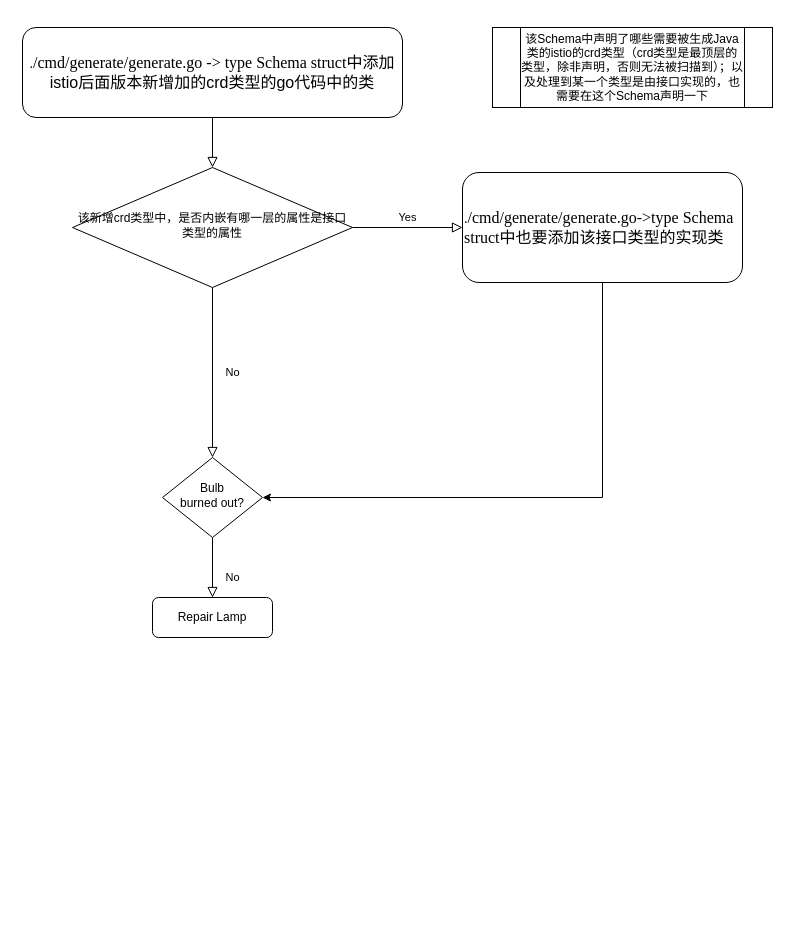
The draw.io diagram istio-java-api 流程图.drawio in 460434901ccz/ccz-practise, before the edit. Source tidied: cells renumbered, new cells numbered last; positions are measured from the earlier drawing's top-left corner, leaving out a move shared by most shapes. Both pictures are drawn from the tidied source at 100%, with x=0, y=0 at pixel (22, 27).
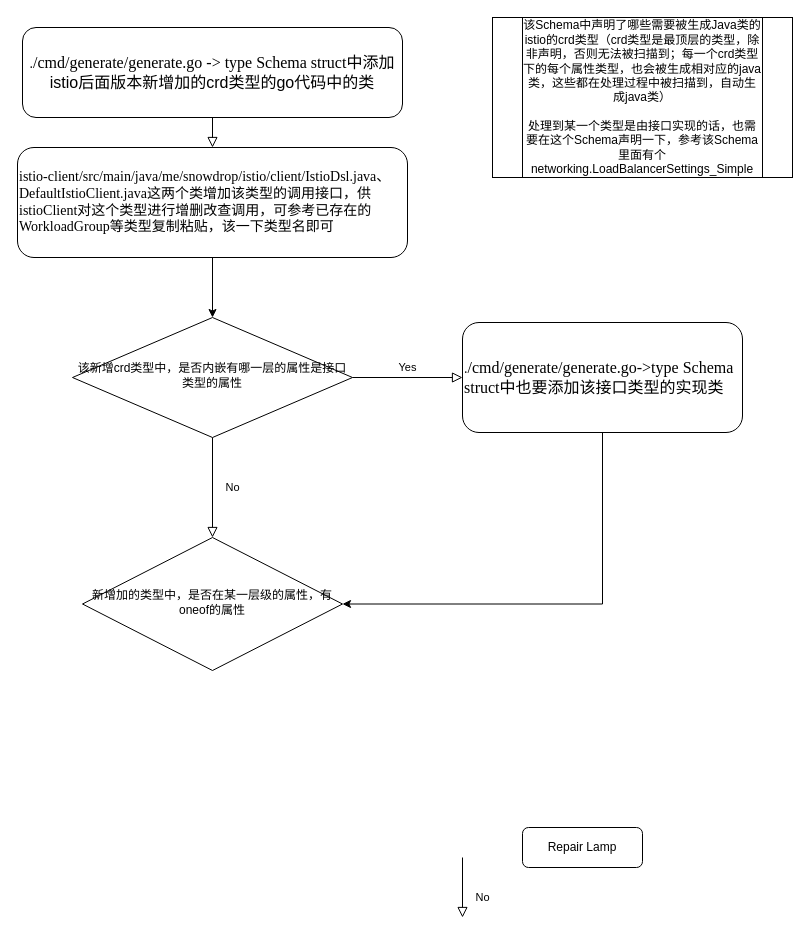
The same diagram, later.

Commit message (it also covers changes not shown here):
更新istio-java-api 流程图.drawio

Diff of the diagram source:
```diff
@@
 <mxGraphModel>
   <root>
     <mxCell id="0" />
     <mxCell id="1" parent="0" />
-    <mxCell id="2" style="rounded=0;html=1;jettySize=auto;fontSize=11;endArrow=block;endFill=0;endSize=8;strokeWidth=1;shadow=0;labelBackgroundColor=none;edgeStyle=orthogonalEdgeStyle;" parent="1" edge="1" source="3" target="6">
+    <mxCell id="2" style="rounded=0;html=1;jettySize=auto;fontSize=11;endArrow=block;endFill=0;endSize=8;strokeWidth=1;shadow=0;labelBackgroundColor=none;edgeStyle=orthogonalEdgeStyle;entryX=0.5;entryY=0;entryDx=0;entryDy=0;" parent="1" edge="1" source="3" target="14">
       <mxGeometry relative="1" as="geometry" />
     </mxCell>
     <mxCell id="3" value="&lt;p class=&quot;MsoNormal&quot; style=&quot;margin: 0pt 0pt 0.0001pt ; text-align: justify ; font-family: &amp;#34;times new roman&amp;#34; ; font-size: 10.5pt&quot;&gt;&lt;span style=&quot;font-size: 10.5pt&quot;&gt;.&lt;/span&gt;&lt;span style=&quot;font-size: 12pt&quot;&gt;/cmd/generate/generate.go&lt;/span&gt;&lt;span style=&quot;font-size: 12pt&quot;&gt;&amp;nbsp;-&amp;gt; &lt;/span&gt;&lt;span style=&quot;font-size: 12pt&quot;&gt;type Schema struct&lt;/span&gt;&lt;span style=&quot;font-size: 12pt&quot;&gt;&lt;font face=&quot;宋体&quot;&gt;中添加&lt;/font&gt;&lt;/span&gt;&lt;/p&gt;&lt;span style=&quot;font-size: 16px ; text-align: justify&quot;&gt;istio后面版本&lt;/span&gt;&lt;span style=&quot;font-size: 12pt ; text-align: justify&quot;&gt;新增加的crd类型的go代码中的类&lt;/span&gt;&lt;span style=&quot;font-size: 16px ; text-align: justify&quot;&gt;&lt;br&gt;&lt;/span&gt;" style="rounded=1;whiteSpace=wrap;html=1;fontSize=12;glass=0;strokeWidth=1;shadow=0;" parent="1" vertex="1">
       <mxGeometry width="380" height="90" as="geometry" />
     </mxCell>
     <mxCell id="4" value="No" style="rounded=0;html=1;jettySize=auto;fontSize=11;endArrow=block;endFill=0;endSize=8;strokeWidth=1;shadow=0;labelBackgroundColor=none;edgeStyle=orthogonalEdgeStyle;" parent="1" edge="1" source="6" target="10">
       <mxGeometry y="20" relative="1" as="geometry" />
     </mxCell>
     <mxCell id="5" value="Yes" style="edgeStyle=orthogonalEdgeStyle;rounded=0;html=1;jettySize=auto;fontSize=11;endArrow=block;endFill=0;endSize=8;strokeWidth=1;shadow=0;labelBackgroundColor=none;" parent="1" edge="1" source="6" target="8">
       <mxGeometry y="10" relative="1" as="geometry" />
     </mxCell>
     <mxCell id="6" value="该新增crd类型中，是否内嵌有哪一层的属性是接口类型的属性" style="rhombus;whiteSpace=wrap;html=1;shadow=0;fontFamily=Helvetica;fontSize=12;align=center;strokeWidth=1;spacing=6;spacingTop=-4;" parent="1" vertex="1">
-      <mxGeometry x="50" y="140" width="280" height="120" as="geometry" />
+      <mxGeometry x="50" y="290" width="280" height="120" as="geometry" />
     </mxCell>
     <mxCell id="7" style="edgeStyle=orthogonalEdgeStyle;rounded=0;jettySize=auto;html=1;entryX=1;entryY=0.5;entryDx=0;entryDy=0;" parent="1" edge="1" source="8" target="10">
       <mxGeometry relative="1" as="geometry">
         <Array as="points">
-          <mxPoint x="580" y="470" />
+          <mxPoint x="580" y="577" />
+          <mxPoint x="320" y="577" />
         </Array>
       </mxGeometry>
     </mxCell>
     <mxCell id="8" value="&lt;p class=&quot;MsoNormal&quot; style=&quot;margin: 0pt 0pt 0.0001pt ; font-family: &amp;#34;times new roman&amp;#34; ; font-size: 10.5pt&quot;&gt;&lt;span style=&quot;font-size: 10.5pt&quot;&gt;.&lt;/span&gt;&lt;span style=&quot;font-size: 12pt&quot;&gt;/cmd/generate/generate.go&lt;/span&gt;&lt;span style=&quot;font-size: 12pt&quot;&gt;-&amp;gt;&lt;/span&gt;&lt;span style=&quot;font-size: 12pt&quot;&gt;type Schema struct&lt;/span&gt;&lt;span style=&quot;font-size: 12pt&quot;&gt;&lt;font face=&quot;宋体&quot;&gt;中也要添加该接口类型的实现类&lt;/font&gt;&lt;/span&gt;&lt;/p&gt;" style="rounded=1;whiteSpace=wrap;html=1;fontSize=12;glass=0;strokeWidth=1;shadow=0;fontFamily=宋体;align=left;" parent="1" vertex="1">
-      <mxGeometry x="440" y="145" width="280" height="110" as="geometry" />
+      <mxGeometry x="440" y="295" width="280" height="110" as="geometry" />
     </mxCell>
-    <mxCell id="9" value="No" style="rounded=0;html=1;jettySize=auto;fontSize=11;endArrow=block;endFill=0;endSize=8;strokeWidth=1;shadow=0;labelBackgroundColor=none;edgeStyle=orthogonalEdgeStyle;" parent="1" edge="1" source="10" target="11">
-      <mxGeometry x="0.33" y="20" relative="1" as="geometry" />
+    <mxCell id="9" value="No" style="rounded=0;html=1;jettySize=auto;orthogonalLoop=1;fontSize=11;endArrow=block;endFill=0;endSize=8;strokeWidth=1;shadow=0;labelBackgroundColor=none;edgeStyle=orthogonalEdgeStyle;" parent="1" edge="1">
+      <mxGeometry x="0.33" y="20" relative="1" as="geometry">
+        <mxPoint x="440" y="830" as="sourcePoint" />
+        <mxPoint x="440" y="890" as="targetPoint" />
+      </mxGeometry>
     </mxCell>
-    <mxCell id="10" value="Bulb&lt;br&gt;burned out?" style="rhombus;whiteSpace=wrap;html=1;shadow=0;fontFamily=Helvetica;fontSize=12;align=center;strokeWidth=1;spacing=6;spacingTop=-4;" parent="1" vertex="1">
-      <mxGeometry x="140" y="430" width="100" height="80" as="geometry" />
+    <mxCell id="10" value="新增加的类型中，是否在某一层级的属性，有oneof的属性" style="rhombus;whiteSpace=wrap;html=1;shadow=0;fontFamily=Helvetica;fontSize=12;align=center;strokeWidth=1;spacing=6;spacingTop=-4;" parent="1" vertex="1">
+      <mxGeometry x="60" y="510" width="260" height="133" as="geometry" />
     </mxCell>
     <mxCell id="11" value="Repair Lamp" style="rounded=1;whiteSpace=wrap;html=1;fontSize=12;glass=0;strokeWidth=1;shadow=0;" parent="1" vertex="1">
-      <mxGeometry x="130" y="570" width="120" height="40" as="geometry" />
+      <mxGeometry x="500" y="800" width="120" height="40" as="geometry" />
     </mxCell>
-    <mxCell id="12" value="该Schema中声明了哪些需要被生成Java类的istio的crd类型（crd类型是最顶层的类型，除非声明，否则无法被扫描到）；以及处理到某一个类型是由接口实现的，也需要在这个Schema声明一下" style="shape=process;whiteSpace=wrap;html=1;backgroundOutline=1;" parent="1" vertex="1">
-      <mxGeometry x="470" width="280" height="80" as="geometry" />
+    <mxCell id="12" value="该Schema中声明了哪些需要被生成Java类的istio的crd类型（crd类型是最顶层的类型，除非声明，否则无法被扫描到；每一个crd类型下的每个属性类型，也会被生成相对应的java类，这些都在处理过程中被扫描到，自动生成java类）&lt;br&gt;&lt;br&gt;处理到某一个类型是由接口实现的话，也需要在这个Schema声明一下，参考该Schema里面有个networking.LoadBalancerSettings_Simple" style="shape=process;whiteSpace=wrap;html=1;backgroundOutline=1;" parent="1" vertex="1">
+      <mxGeometry x="470" y="-10" width="300" height="160" as="geometry" />
     </mxCell>
+    <mxCell id="13" style="edgeStyle=orthogonalEdgeStyle;rounded=0;jettySize=auto;html=1;entryX=0.5;entryY=0;entryDx=0;entryDy=0;" parent="1" edge="1" source="14" target="6">
+      <mxGeometry relative="1" as="geometry" />
+    </mxCell>
+    <mxCell id="14" value="&lt;p class=&quot;MsoNormal&quot; style=&quot;margin: 0pt 0pt 0.0001pt&quot;&gt;&lt;font face=&quot;times new roman&quot;&gt;&lt;span style=&quot;font-size: 14px&quot;&gt;istio-client/src/main/java/me/snowdrop/istio/client/IstioDsl.java、DefaultIstioClient.java这两个类增加该类型的调用接口，供istioClient对这个类型进行增删改查调用，可参考已存在的WorkloadGroup等类型复制粘贴，该一下类型名即可&lt;/span&gt;&lt;/font&gt;&lt;br&gt;&lt;/p&gt;" style="rounded=1;whiteSpace=wrap;html=1;fontSize=12;glass=0;strokeWidth=1;shadow=0;fontFamily=宋体;align=left;" parent="1" vertex="1">
+      <mxGeometry x="-5" y="120" width="390" height="110" as="geometry" />
+    </mxCell>
   </root>
 </mxGraphModel>
```
